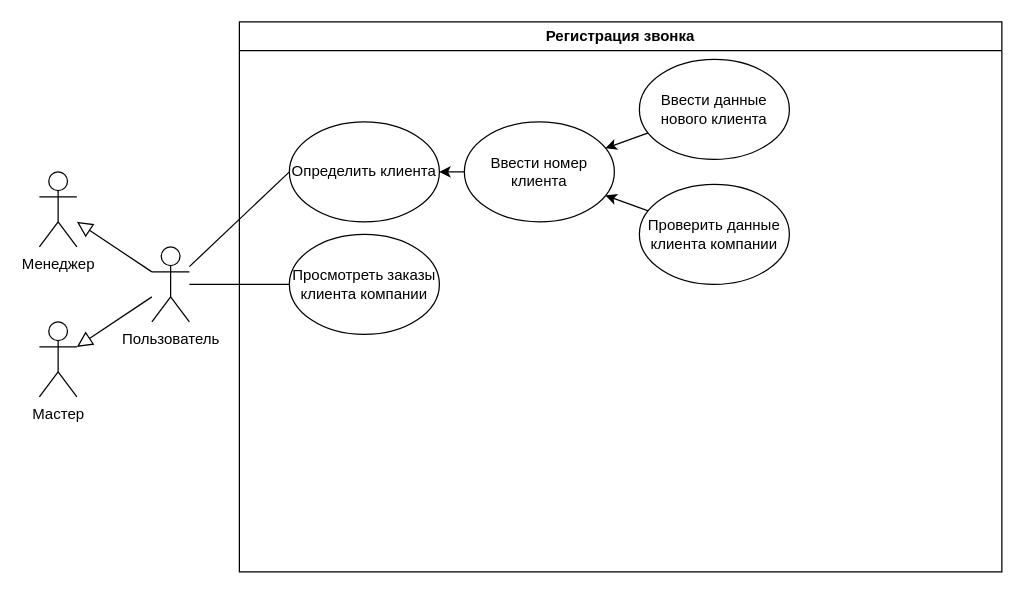
This is page "регистрация звонка" (6 of 9) of диплом/итоговый Жени/Untitled Diagram.drawio from ipaingo/study, a draw.io file, before an edit. Source tidied: cells renumbered, new cells numbered last; positions are measured from the earlier drawing's top-left corner, leaving out a move shared by most shapes. Both pictures are drawn from the tidied source at 125%, with x=0, y=0 at pixel (39, 21).
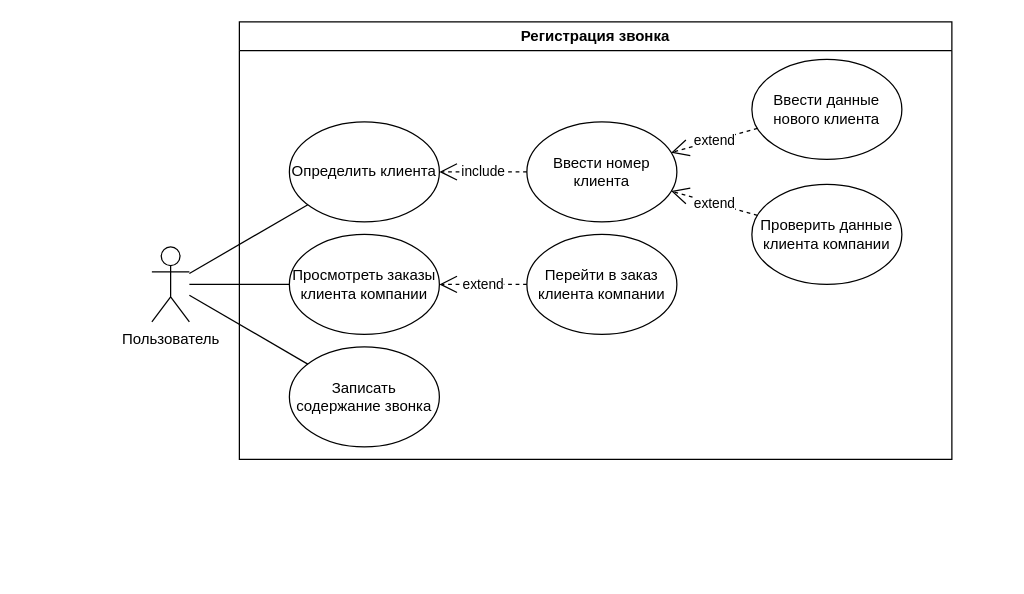
The same diagram, later.

Change to the diagram source:
```diff
@@
 <mxGraphModel>
   <root>
     <mxCell id="0" />
     <mxCell id="1" parent="0" />
     <mxCell id="2" value="Регистрация звонка" style="swimlane;whiteSpace=wrap;html=1;" parent="1" vertex="1">
-      <mxGeometry x="160" width="610" height="440" as="geometry" />
+      <mxGeometry x="160" width="570" height="350" as="geometry" />
     </mxCell>
     <mxCell id="3" value="Определить клиента" style="ellipse;whiteSpace=wrap;html=1;" parent="2" vertex="1">
       <mxGeometry x="40" y="80" width="120" height="80" as="geometry" />
     </mxCell>
-    <mxCell id="4" style="edgeStyle=orthogonalEdgeStyle;rounded=0;jettySize=auto;html=1;exitX=0;exitY=0.5;exitDx=0;exitDy=0;entryX=1;entryY=0.5;entryDx=0;entryDy=0;" parent="2" edge="1" source="5" target="3">
-      <mxGeometry relative="1" as="geometry" />
-    </mxCell>
     <mxCell id="5" value="Ввести номер клиента" style="ellipse;whiteSpace=wrap;html=1;" parent="2" vertex="1">
-      <mxGeometry x="180" y="80" width="120" height="80" as="geometry" />
+      <mxGeometry x="230" y="80" width="120" height="80" as="geometry" />
     </mxCell>
-    <mxCell id="6" style="rounded=0;jettySize=auto;html=1;" parent="2" edge="1" source="7" target="5">
-      <mxGeometry relative="1" as="geometry" />
-    </mxCell>
     <mxCell id="7" value="Ввести данные нового клиента" style="ellipse;whiteSpace=wrap;html=1;" parent="2" vertex="1">
-      <mxGeometry x="320" y="30" width="120" height="80" as="geometry" />
+      <mxGeometry x="410" y="30" width="120" height="80" as="geometry" />
     </mxCell>
-    <mxCell id="8" style="rounded=0;jettySize=auto;html=1;" parent="2" edge="1" source="9" target="5">
-      <mxGeometry relative="1" as="geometry" />
-    </mxCell>
     <mxCell id="9" value="Проверить данные клиента компании" style="ellipse;whiteSpace=wrap;html=1;" parent="2" vertex="1">
-      <mxGeometry x="320" y="130" width="120" height="80" as="geometry" />
+      <mxGeometry x="410" y="130" width="120" height="80" as="geometry" />
     </mxCell>
     <mxCell id="10" value="Просмотреть заказы клиента компании" style="ellipse;whiteSpace=wrap;html=1;" parent="2" vertex="1">
       <mxGeometry x="40" y="170" width="120" height="80" as="geometry" />
     </mxCell>
-    <mxCell id="11" style="rounded=0;jettySize=auto;html=1;endArrow=block;endFill=0;endSize=10;" parent="1" edge="1" source="14" target="16">
-      <mxGeometry relative="1" as="geometry" />
-    </mxCell>
-    <mxCell id="12" style="rounded=0;jettySize=auto;html=1;endArrow=block;endFill=0;endSize=10;" parent="1" edge="1" source="14" target="17">
-      <mxGeometry relative="1" as="geometry" />
-    </mxCell>
+    <mxCell id="18" value="Записать содержание звонка" style="ellipse;whiteSpace=wrap;html=1;" parent="2" vertex="1">
+      <mxGeometry x="40" y="260" width="120" height="80" as="geometry" />
+    </mxCell>
+    <mxCell id="19" value="Перейти в заказ клиента компании" style="ellipse;whiteSpace=wrap;html=1;" parent="2" vertex="1">
+      <mxGeometry x="230" y="170" width="120" height="80" as="geometry" />
+    </mxCell>
+    <mxCell id="4" value="include" style="endArrow=open;endSize=12;dashed=1;html=1;rounded=0;" parent="2" edge="1" source="5" target="3">
+      <mxGeometry relative="1" as="geometry" />
+    </mxCell>
+    <mxCell id="6" value="extend" style="endArrow=open;endSize=12;dashed=1;html=1;rounded=0;" parent="2" edge="1" source="7" target="5">
+      <mxGeometry relative="1" as="geometry" />
+    </mxCell>
+    <mxCell id="8" value="extend" style="endArrow=open;endSize=12;dashed=1;html=1;rounded=0;" parent="2" edge="1" source="9" target="5">
+      <mxGeometry relative="1" as="geometry" />
+    </mxCell>
+    <mxCell id="20" value="extend" style="endArrow=open;endSize=12;dashed=1;html=1;rounded=0;" parent="2" edge="1" source="19" target="10">
+      <mxGeometry relative="1" as="geometry" />
+    </mxCell>
-    <mxCell id="13" style="edgeStyle=orthogonalEdgeStyle;rounded=0;jettySize=auto;html=1;entryX=0;entryY=0.5;entryDx=0;entryDy=0;endArrow=none;startFill=0;" parent="1" edge="1" source="14" target="10">
+    <mxCell id="13" style="rounded=0;jettySize=auto;html=1;endArrow=none;startFill=0;" parent="1" edge="1" source="14" target="10">
       <mxGeometry relative="1" as="geometry" />
     </mxCell>
     <mxCell id="14" value="Пользователь" style="shape=umlActor;verticalLabelPosition=bottom;verticalAlign=top;html=1;outlineConnect=0;" parent="1" vertex="1">
       <mxGeometry x="90" y="180" width="30" height="60" as="geometry" />
     </mxCell>
-    <mxCell id="15" style="rounded=0;jettySize=auto;html=1;entryX=0;entryY=0.5;entryDx=0;entryDy=0;endArrow=none;startFill=0;" parent="1" edge="1" source="14" target="3">
+    <mxCell id="15" style="rounded=0;jettySize=auto;html=1;endArrow=none;startFill=0;" parent="1" edge="1" source="14" target="3">
       <mxGeometry relative="1" as="geometry" />
     </mxCell>
-    <mxCell id="16" value="Менеджер" style="shape=umlActor;verticalLabelPosition=bottom;verticalAlign=top;html=1;outlineConnect=0;" parent="1" vertex="1">
-      <mxGeometry y="120" width="30" height="60" as="geometry" />
-    </mxCell>
-    <mxCell id="17" value="Мастер" style="shape=umlActor;verticalLabelPosition=bottom;verticalAlign=top;html=1;outlineConnect=0;" parent="1" vertex="1">
-      <mxGeometry y="240" width="30" height="60" as="geometry" />
-    </mxCell>
+    <mxCell id="21" style="rounded=0;jettySize=auto;html=1;endArrow=none;startFill=0;" parent="1" edge="1" source="18" target="14">
+      <mxGeometry relative="1" as="geometry" />
+    </mxCell>
   </root>
 </mxGraphModel>
```
